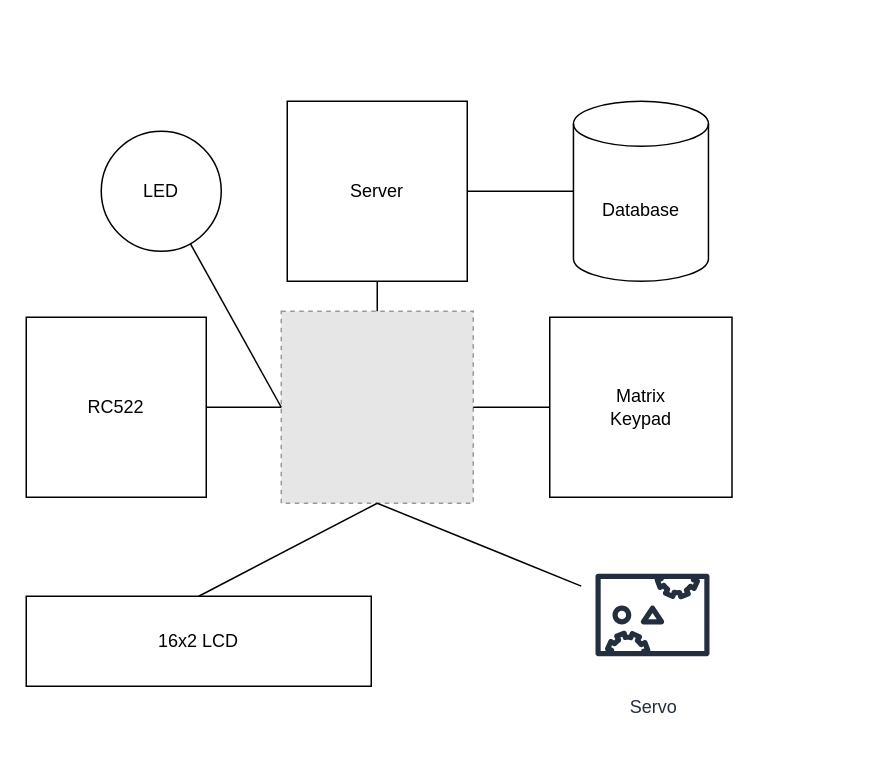
This is docs/imgs/system-overview.drawio from 49e94b8f256530dc0d41f740dfe8a4c1/wfrnfc, a draw.io file, before an edit. Source tidied: cells renumbered, new cells numbered last; positions are measured from the earlier drawing's top-left corner, leaving out a move shared by most shapes. Both pictures are drawn from the tidied source at 150%, with x=0, y=0 at pixel (26, 100). Pictures stored in the file or linked from it are replaced by grey dashed boxes.
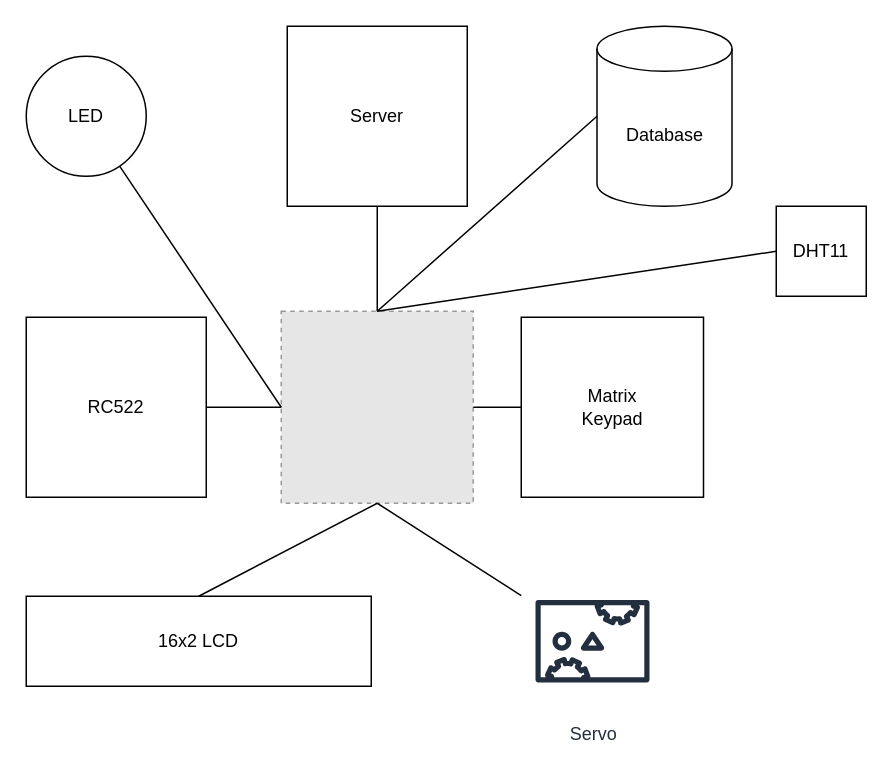
After the change.

Diff of the diagram source:
```diff
@@
 <mxGraphModel>
   <root>
     <mxCell id="0" />
     <mxCell id="1" parent="0" />
     <mxCell id="2" value="Database" style="shape=cylinder3;whiteSpace=wrap;html=1;boundedLbl=1;backgroundOutline=1;size=15;" parent="1" vertex="1">
-      <mxGeometry x="364.8" width="90" height="120" as="geometry" />
+      <mxGeometry x="380.5" y="-50" width="90" height="120" as="geometry" />
     </mxCell>
     <mxCell id="3" style="fillColor=#E6E6E6;strokeColor=#999999;dashed=1;html=1;verticalAlign=top;verticalLabelPosition=bottom;labelBackgroundColor=#ffffff;" parent="1" vertex="1">
       <mxGeometry x="170" y="140" width="128" height="128" as="geometry" />
     </mxCell>
     <mxCell id="4" value="RC522" style="rounded=0;whiteSpace=wrap;html=1;" parent="1" vertex="1">
       <mxGeometry y="144" width="120" height="120" as="geometry" />
     </mxCell>
     <mxCell id="5" value="16x2 LCD" style="rounded=0;whiteSpace=wrap;html=1;" parent="1" vertex="1">
       <mxGeometry y="330" width="230" height="60" as="geometry" />
     </mxCell>
     <mxCell id="6" style="endArrow=none;html=1;entryX=0;entryY=0.5;entryDx=0;entryDy=0;exitX=1;exitY=0.5;exitDx=0;exitDy=0;" parent="1" edge="1" source="4" target="3">
       <mxGeometry relative="1" as="geometry" />
     </mxCell>
     <mxCell id="7" style="endArrow=none;html=1;entryX=0.5;entryY=1;entryDx=0;entryDy=0;exitX=0.5;exitY=0;exitDx=0;exitDy=0;" parent="1" edge="1" source="5" target="3">
       <mxGeometry relative="1" as="geometry" />
     </mxCell>
     <mxCell id="8" value="Server" style="whiteSpace=wrap;html=1;" parent="1" vertex="1">
-      <mxGeometry x="174" width="120" height="120" as="geometry" />
+      <mxGeometry x="174" y="-50" width="120" height="120" as="geometry" />
     </mxCell>
     <mxCell id="9" style="endArrow=none;html=1;entryX=0.5;entryY=1;entryDx=0;entryDy=0;exitX=0.5;exitY=0;exitDx=0;exitDy=0;" parent="1" edge="1" source="3" target="8">
       <mxGeometry relative="1" as="geometry" />
     </mxCell>
-    <mxCell id="10" style="endArrow=none;html=1;exitX=1;exitY=0.5;exitDx=0;exitDy=0;entryX=0;entryY=0.5;entryDx=0;entryDy=0;entryPerimeter=0;" parent="1" edge="1" source="8" target="2">
+    <mxCell id="10" style="endArrow=none;html=1;exitX=0.5;exitY=0;exitDx=0;exitDy=0;entryX=0;entryY=0.5;entryDx=0;entryDy=0;entryPerimeter=0;" parent="1" edge="1" source="3" target="2">
       <mxGeometry relative="1" as="geometry" />
     </mxCell>
     <mxCell id="11" value="Matrix&lt;br&gt;Keypad" style="whiteSpace=wrap;html=1;" parent="1" vertex="1">
-      <mxGeometry x="349" y="144" width="121.5" height="120" as="geometry" />
+      <mxGeometry x="330" y="144" width="121.5" height="120" as="geometry" />
     </mxCell>
     <mxCell id="12" style="endArrow=none;html=1;entryX=0;entryY=0.5;entryDx=0;entryDy=0;" parent="1" edge="1" source="3" target="11">
       <mxGeometry relative="1" as="geometry" />
     </mxCell>
     <mxCell id="13" value="Servo" style="outlineConnect=0;fontColor=#232F3E;gradientColor=none;strokeColor=#232F3E;fillColor=#ffffff;dashed=0;verticalLabelPosition=bottom;verticalAlign=top;align=center;html=1;fontSize=12;fontStyle=0;shape=mxgraph.aws4.resourceIcon;resIcon=mxgraph.aws4.servo;" parent="1" vertex="1">
-      <mxGeometry x="370" y="295" width="95" height="95" as="geometry" />
+      <mxGeometry x="330" y="312.5" width="95" height="95" as="geometry" />
     </mxCell>
     <mxCell id="14" style="endArrow=none;html=1;entryX=0.5;entryY=1;entryDx=0;entryDy=0;" parent="1" edge="1" source="13" target="3">
       <mxGeometry relative="1" as="geometry" />
     </mxCell>
     <mxCell id="15" value="LED" style="ellipse;whiteSpace=wrap;html=1;" parent="1" vertex="1">
-      <mxGeometry x="50" y="20" width="80" height="80" as="geometry" />
+      <mxGeometry y="-30" width="80" height="80" as="geometry" />
     </mxCell>
     <mxCell id="16" style="endArrow=none;html=1;exitX=0;exitY=0.5;exitDx=0;exitDy=0;" parent="1" edge="1" source="3" target="15">
       <mxGeometry relative="1" as="geometry" />
     </mxCell>
+    <mxCell id="17" value="DHT11" style="rounded=0;whiteSpace=wrap;html=1;" parent="1" vertex="1">
+      <mxGeometry x="500" y="70" width="60" height="60" as="geometry" />
+    </mxCell>
+    <mxCell id="18" style="endArrow=none;html=1;entryX=0;entryY=0.5;entryDx=0;entryDy=0;exitX=0.5;exitY=0;exitDx=0;exitDy=0;" parent="1" edge="1" source="3" target="17">
+      <mxGeometry relative="1" as="geometry" />
+    </mxCell>
   </root>
 </mxGraphModel>
```
